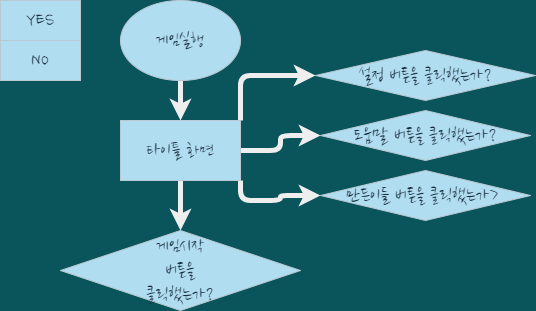
kinesis19/stac_project_SME keeps this draw.io diagram as gameplay_flowchat.drawio.png. Above is the earlier version. Source tidied: cells renumbered, new cells last; positions are measured from the earlier drawing's top-left corner, leaving out a move shared by most shapes.
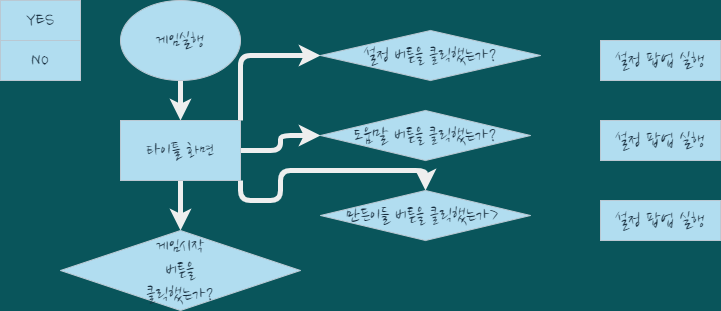
After the change.

Change to the diagram source:
```diff
@@ -33,13 +33,22 @@
       <mxGeometry x="60" y="230" width="240" height="80" as="geometry" />
     </mxCell>
     <mxCell id="12" value="설정 버튼을 클릭했는가?" style="rhombus;whiteSpace=wrap;html=1;rounded=0;sketch=0;fontFamily=Nanum Brush Script;fontSource=https%3A%2F%2Ffonts.googleapis.com%2Fcss%3Ffamily%3DNanum%2BBrush%2BScript;fontSize=20;fillColor=#B1DDF0;strokeColor=#BAC8D3;fontColor=#182E3E;" parent="1" vertex="1">
-      <mxGeometry x="315" y="50" width="220" height="50" as="geometry" />
+      <mxGeometry x="320" y="30" width="220" height="50" as="geometry" />
     </mxCell>
     <mxCell id="13" value="도움말 버튼을 클릭했는가?" style="rhombus;whiteSpace=wrap;html=1;rounded=0;sketch=0;fontFamily=Nanum Brush Script;fontSource=https%3A%2F%2Ffonts.googleapis.com%2Fcss%3Ffamily%3DNanum%2BBrush%2BScript;fontSize=20;fillColor=#B1DDF0;strokeColor=#BAC8D3;fontColor=#182E3E;" parent="1" vertex="1">
       <mxGeometry x="320" y="110" width="210" height="50" as="geometry" />
     </mxCell>
     <mxCell id="14" value="만든이들 버튼을 클릭했는가&amp;gt;&amp;nbsp;" style="rhombus;whiteSpace=wrap;html=1;rounded=0;sketch=0;fontFamily=Nanum Brush Script;fontSource=https%3A%2F%2Ffonts.googleapis.com%2Fcss%3Ffamily%3DNanum%2BBrush%2BScript;fontSize=20;fillColor=#B1DDF0;strokeColor=#BAC8D3;fontColor=#182E3E;" parent="1" vertex="1">
-      <mxGeometry x="320" y="170" width="210" height="50" as="geometry" />
+      <mxGeometry x="320" y="190" width="210" height="50" as="geometry" />
     </mxCell>
+    <mxCell id="15" value="설정 팝업 실행" style="rounded=0;whiteSpace=wrap;html=1;sketch=0;fontFamily=Nanum Brush Script;fontSource=https%3A%2F%2Ffonts.googleapis.com%2Fcss%3Ffamily%3DNanum%2BBrush%2BScript;fontSize=20;fillColor=#B1DDF0;strokeColor=#BAC8D3;fontColor=#182E3E;" parent="1" vertex="1">
+      <mxGeometry x="600" y="40" width="120" height="40" as="geometry" />
+    </mxCell>
+    <mxCell id="16" value="설정 팝업 실행" style="rounded=0;whiteSpace=wrap;html=1;sketch=0;fontFamily=Nanum Brush Script;fontSource=https%3A%2F%2Ffonts.googleapis.com%2Fcss%3Ffamily%3DNanum%2BBrush%2BScript;fontSize=20;fillColor=#B1DDF0;strokeColor=#BAC8D3;fontColor=#182E3E;" parent="1" vertex="1">
+      <mxGeometry x="600" y="120" width="120" height="40" as="geometry" />
+    </mxCell>
+    <mxCell id="17" value="설정 팝업 실행" style="rounded=0;whiteSpace=wrap;html=1;sketch=0;fontFamily=Nanum Brush Script;fontSource=https%3A%2F%2Ffonts.googleapis.com%2Fcss%3Ffamily%3DNanum%2BBrush%2BScript;fontSize=20;fillColor=#B1DDF0;strokeColor=#BAC8D3;fontColor=#182E3E;" parent="1" vertex="1">
+      <mxGeometry x="600" y="200" width="120" height="40" as="geometry" />
+    </mxCell>
   </root>
 </mxGraphModel>
```
